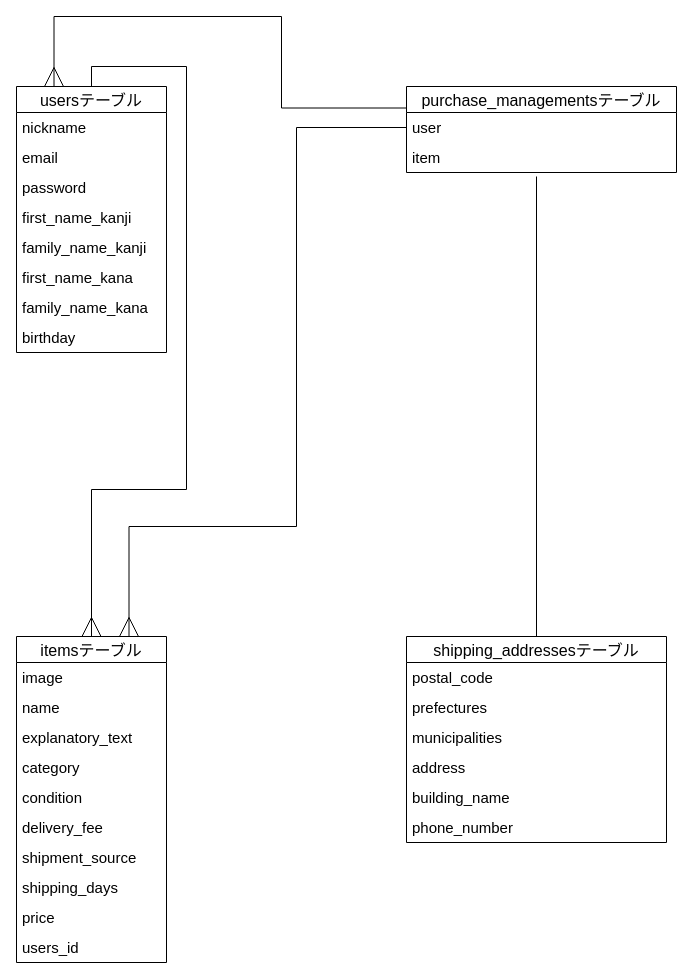
taro-sakakibara/furima_31998 keeps this draw.io diagram as er.dio. Above is the earlier version. Source tidied: cells renumbered, new cells numbered last; positions are measured from the earlier drawing's top-left corner, leaving out a move shared by most shapes. Both pictures are drawn from the tidied source at 100%, with x=0, y=0 at pixel (16, 16).
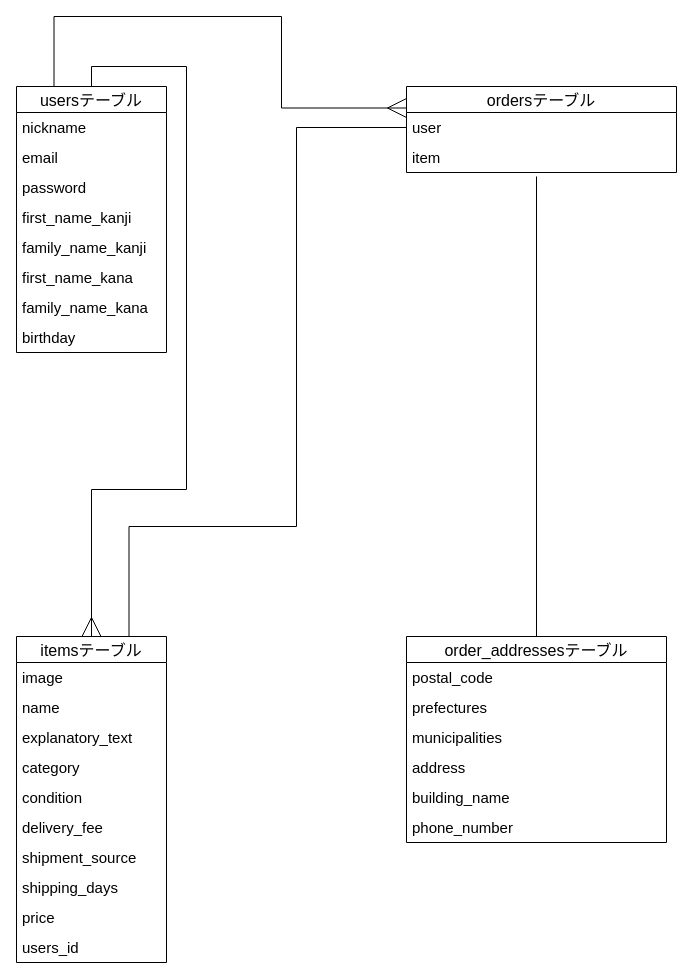
The same diagram, later.

Unchanged cells that the change refers to:
```xml
<mxCell id="3" value="itemsテーブル" style="swimlane;fontStyle=0;horizontal=1;startSize=26;align=center;fontSize=16;" parent="1" vertex="1">
  <mxGeometry y="620" width="150" height="326" as="geometry" />
</mxCell>
<mxCell id="16" value="usersテーブル" style="swimlane;fontStyle=0;horizontal=1;startSize=26;align=center;fontSize=16;" parent="1" vertex="1">
  <mxGeometry y="70" width="150" height="266" as="geometry" />
</mxCell>
<mxCell id="26" value="user" style="text;strokeColor=none;fillColor=none;spacingLeft=4;spacingRight=4;overflow=hidden;points=[[0,0.5],[1,0.5]];portConstraint=eastwest;fontSize=15;" parent="25" vertex="1">
  <mxGeometry y="26" width="270" height="30" as="geometry" />
</mxCell>
```

Diff of the diagram source:
```diff
@@
-    <mxCell id="2" style="edgeStyle=orthogonalEdgeStyle;rounded=0;jumpSize=21;jettySize=auto;html=1;exitX=0.75;exitY=0;exitDx=0;exitDy=0;entryX=0;entryY=0.5;entryDx=0;entryDy=0;startArrow=ERmany;startFill=0;startSize=17;endArrow=none;endFill=0;endSize=17;" parent="1" edge="1" source="3" target="26">
+    <mxCell id="2" style="edgeStyle=orthogonalEdgeStyle;rounded=0;jumpSize=21;jettySize=auto;html=1;exitX=0.75;exitY=0;exitDx=0;exitDy=0;entryX=0;entryY=0.5;entryDx=0;entryDy=0;startArrow=none;startFill=0;startSize=17;endArrow=none;endFill=0;endSize=17;" parent="1" edge="1" source="3" target="26">
       <mxGeometry relative="1" as="geometry">
         <Array as="points">
           <mxPoint x="113" y="510" />
           <mxPoint x="280" y="510" />
           <mxPoint x="280" y="111" />
         </Array>
       </mxGeometry>
     </mxCell>
@@
-    <mxCell id="15" style="edgeStyle=orthogonalEdgeStyle;rounded=0;jumpSize=21;jettySize=auto;html=1;exitX=0.25;exitY=0;exitDx=0;exitDy=0;entryX=0;entryY=0.25;entryDx=0;entryDy=0;startArrow=ERmany;startFill=0;startSize=17;endArrow=none;endFill=0;endSize=17;" parent="1" edge="1" source="16" target="25">
+    <mxCell id="15" style="edgeStyle=orthogonalEdgeStyle;rounded=0;jumpSize=21;jettySize=auto;html=1;exitX=0.25;exitY=0;exitDx=0;exitDy=0;entryX=0;entryY=0.25;entryDx=0;entryDy=0;startArrow=none;startFill=0;startSize=17;endArrow=ERmany;endFill=0;endSize=17;" parent="1" edge="1" source="16" target="25">
       <mxGeometry relative="1" as="geometry">
         <Array as="points">
           <mxPoint x="38" />
           <mxPoint x="265" />
           <mxPoint x="265" y="92" />
         </Array>
       </mxGeometry>
     </mxCell>
@@
-    <mxCell id="25" value="purchase_managementsテーブル" style="swimlane;fontStyle=0;horizontal=1;startSize=26;align=center;fontSize=16;" parent="1" vertex="1">
+    <mxCell id="25" value="ordersテーブル" style="swimlane;fontStyle=0;horizontal=1;startSize=26;align=center;fontSize=16;" parent="1" vertex="1">
       <mxGeometry x="390" y="70" width="270" height="86" as="geometry" />
     </mxCell>
@@
-    <mxCell id="29" value="shipping_addressesテーブル" style="swimlane;fontStyle=0;horizontal=1;startSize=26;align=center;fontSize=16;" parent="1" vertex="1">
+    <mxCell id="29" value="order_addressesテーブル" style="swimlane;fontStyle=0;horizontal=1;startSize=26;align=center;fontSize=16;" parent="1" vertex="1">
       <mxGeometry x="390" y="620" width="260" height="206" as="geometry" />
     </mxCell>
```
